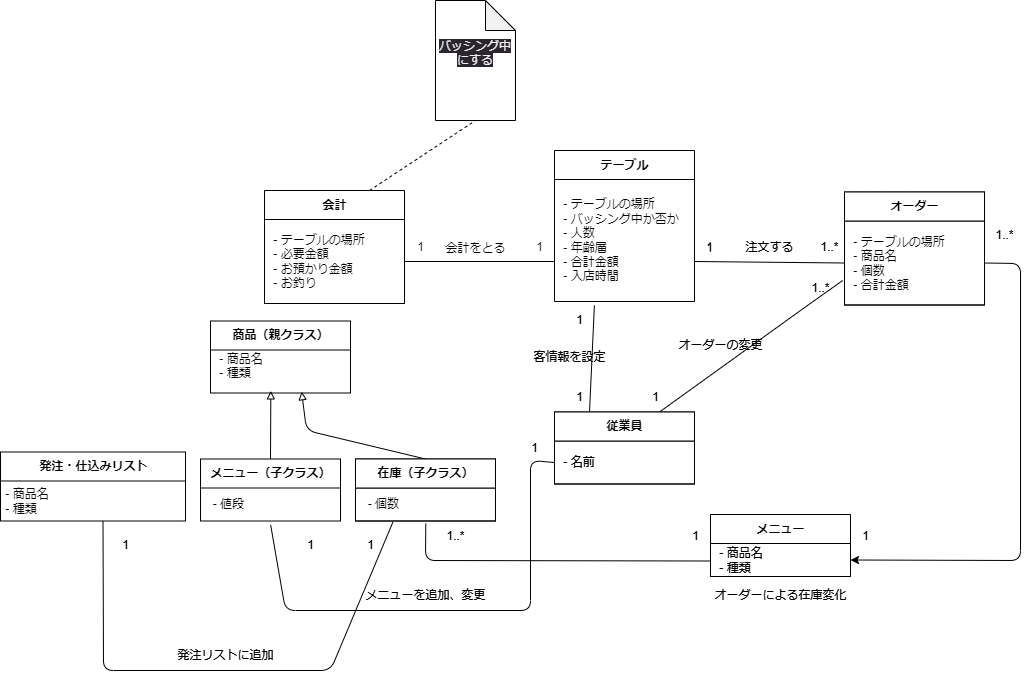
This is psp4/クラス図/クラス図_統合版.drawio.png from MasakiHiguchi/---, a draw.io export, as it was before one commit. Source tidied: cells renumbered, new cells last; positions are measured from the earlier drawing's top-left corner, leaving out a move shared by most shapes.
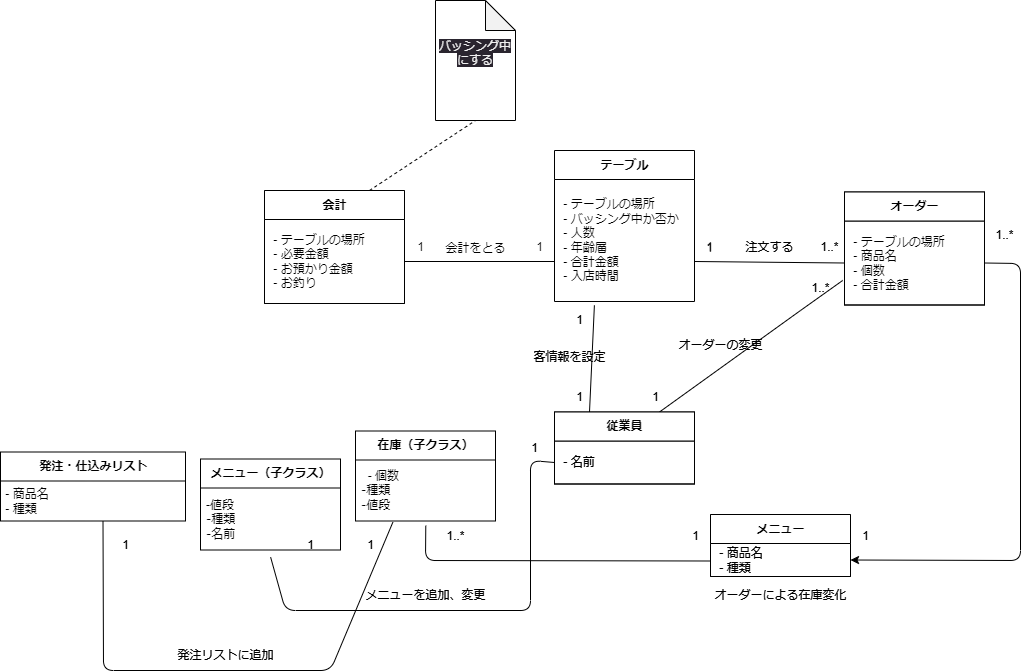
Above is the later version.

Change to the diagram source:
```diff
@@ -50,10 +50,10 @@
       <mxGeometry x="519" y="341.5" width="100" height="30" as="geometry" />
     </mxCell>
     <mxCell id="16" value="メニュー（子クラス）" style="swimlane;fontStyle=1;align=center;verticalAlign=middle;horizontal=1;startSize=29;html=1;" parent="1" vertex="1">
-      <mxGeometry x="200" y="458.5" width="140" height="62" as="geometry" />
+      <mxGeometry x="200" y="458.5" width="140" height="91" as="geometry" />
     </mxCell>
-    <mxCell id="17" value="&amp;nbsp;&amp;nbsp;- 値段" style="text;html=1;strokeColor=none;fillColor=none;align=left;verticalAlign=middle;spacingLeft=4;spacingRight=4;overflow=hidden;points=[[0,0.5],[1,0.5]];portConstraint=eastwest;" parent="16" vertex="1">
-      <mxGeometry y="29" width="140" height="33" as="geometry" />
+    <mxCell id="17" value="-値段&lt;br&gt;‐種類&lt;br&gt;‐名前" style="text;html=1;strokeColor=none;fillColor=none;align=left;verticalAlign=middle;spacingLeft=4;spacingRight=4;overflow=hidden;points=[[0,0.5],[1,0.5]];portConstraint=eastwest;" parent="16" vertex="1">
+      <mxGeometry y="29" width="140" height="62" as="geometry" />
     </mxCell>
     <mxCell id="18" value="1" style="text;html=1;align=center;verticalAlign=middle;strokeColor=none;fillColor=none;" parent="1" vertex="1">
       <mxGeometry x="519" y="432.5" width="30" height="30" as="geometry" />
@@ -91,17 +91,11 @@
     <mxCell id="29" value="オーダーによる在庫変化" style="text;html=1;align=center;verticalAlign=middle;strokeColor=none;fillColor=none;" parent="1" vertex="1">
       <mxGeometry x="700" y="580" width="160" height="30" as="geometry" />
     </mxCell>
-    <mxCell id="30" value="商品（親クラス）" style="swimlane;fontStyle=1;align=center;verticalAlign=middle;horizontal=1;startSize=29;html=1;" parent="1" vertex="1">
-      <mxGeometry x="210" y="320.5" width="140" height="72" as="geometry" />
-    </mxCell>
-    <mxCell id="31" value="&amp;nbsp;- 商品名&lt;br&gt;&amp;nbsp;- 種類&lt;br&gt;&amp;nbsp;" style="text;html=1;strokeColor=none;fillColor=none;align=left;verticalAlign=middle;spacingLeft=4;spacingRight=4;overflow=hidden;points=[[0,0.5],[1,0.5]];portConstraint=eastwest;" parent="30" vertex="1">
-      <mxGeometry y="29" width="140" height="43" as="geometry" />
-    </mxCell>
     <mxCell id="32" value="在庫（子クラス）" style="swimlane;fontStyle=1;align=center;verticalAlign=middle;horizontal=1;startSize=29;html=1;" parent="1" vertex="1">
-      <mxGeometry x="355" y="458.5" width="140" height="62" as="geometry" />
+      <mxGeometry x="355" y="430.5" width="140" height="90" as="geometry" />
     </mxCell>
-    <mxCell id="33" value="&amp;nbsp;&amp;nbsp;- 個数" style="text;html=1;strokeColor=none;fillColor=none;align=left;verticalAlign=middle;spacingLeft=4;spacingRight=4;overflow=hidden;points=[[0,0.5],[1,0.5]];portConstraint=eastwest;" parent="32" vertex="1">
-      <mxGeometry y="29" width="140" height="33" as="geometry" />
+    <mxCell id="33" value="&amp;nbsp;&amp;nbsp;- 個数&lt;br&gt;‐種類&lt;br&gt;‐値段" style="text;html=1;strokeColor=none;fillColor=none;align=left;verticalAlign=middle;spacingLeft=4;spacingRight=4;overflow=hidden;points=[[0,0.5],[1,0.5]];portConstraint=eastwest;" parent="32" vertex="1">
+      <mxGeometry y="29" width="140" height="61" as="geometry" />
     </mxCell>
     <mxCell id="34" style="edgeStyle=none;html=1;exitX=0;exitY=0.5;exitDx=0;exitDy=0;entryX=0.501;entryY=1.117;entryDx=0;entryDy=0;entryPerimeter=0;endArrow=none;endFill=0;" parent="1" edge="1" source="12" target="17">
       <mxGeometry relative="1" as="geometry">
@@ -193,9 +187,6 @@
     <mxCell id="57" value="客情報を設定" style="text;html=1;align=center;verticalAlign=middle;strokeColor=none;fillColor=none;" parent="1" vertex="1">
       <mxGeometry x="519" y="341.5" width="100" height="30" as="geometry" />
     </mxCell>
-    <mxCell id="58" style="edgeStyle=none;html=1;exitX=0.5;exitY=0;exitDx=0;exitDy=0;entryX=0.431;entryY=0.951;entryDx=0;entryDy=0;endArrow=block;endFill=0;entryPerimeter=0;" parent="1" edge="1" source="16" target="31">
-      <mxGeometry relative="1" as="geometry" />
-    </mxCell>
     <mxCell id="59" value="1" style="text;html=1;align=center;verticalAlign=middle;strokeColor=none;fillColor=none;" parent="1" vertex="1">
       <mxGeometry x="519" y="432.5" width="30" height="30" as="geometry" />
     </mxCell>
@@ -229,16 +220,6 @@
     <mxCell id="68" value="オーダーによる在庫変化" style="text;html=1;align=center;verticalAlign=middle;strokeColor=none;fillColor=none;" parent="1" vertex="1">
       <mxGeometry x="700" y="580" width="160" height="30" as="geometry" />
     </mxCell>
-    <mxCell id="69" style="edgeStyle=none;html=1;exitX=0.5;exitY=0;exitDx=0;exitDy=0;entryX=0.651;entryY=0.971;entryDx=0;entryDy=0;endArrow=block;endFill=0;entryPerimeter=0;" parent="1" edge="1" source="70" target="31">
-      <mxGeometry relative="1" as="geometry">
-        <Array as="points">
-          <mxPoint x="306" y="430" />
-        </Array>
-      </mxGeometry>
-    </mxCell>
-    <mxCell id="70" value="在庫（子クラス）" style="swimlane;fontStyle=1;align=center;verticalAlign=middle;horizontal=1;startSize=29;html=1;" parent="1" vertex="1">
-      <mxGeometry x="355" y="458.5" width="140" height="62" as="geometry" />
-    </mxCell>
     <mxCell id="71" value="メニュー" style="swimlane;fontStyle=1;align=center;verticalAlign=middle;horizontal=1;startSize=29;html=1;" parent="1" vertex="1">
       <mxGeometry x="710" y="514" width="140" height="62" as="geometry" />
     </mxCell>
```
